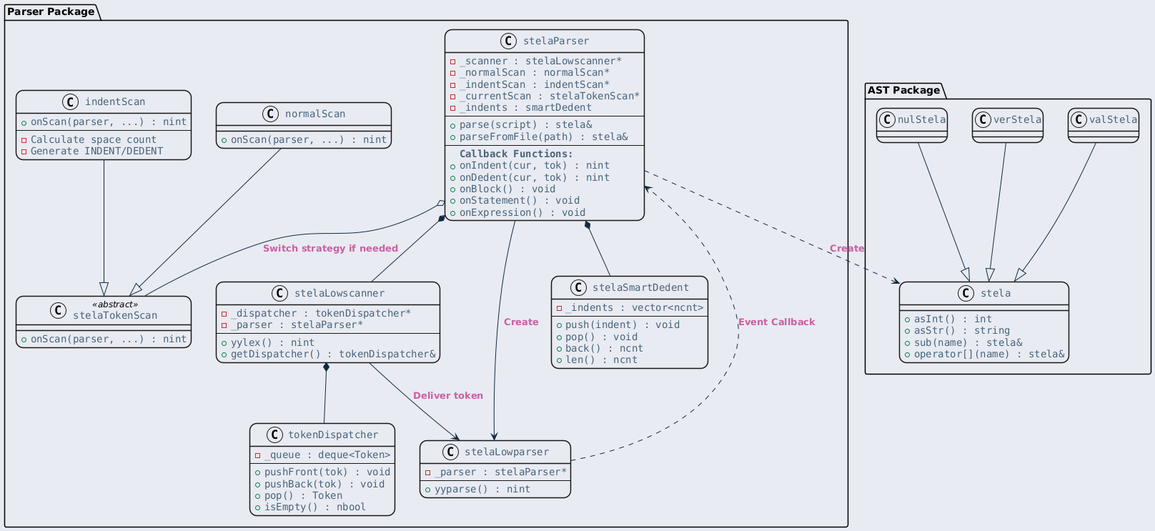
The PlantUML diagram ref/generated/ko/inline_umlgraph_15.png in byeolang/website, before a commit.
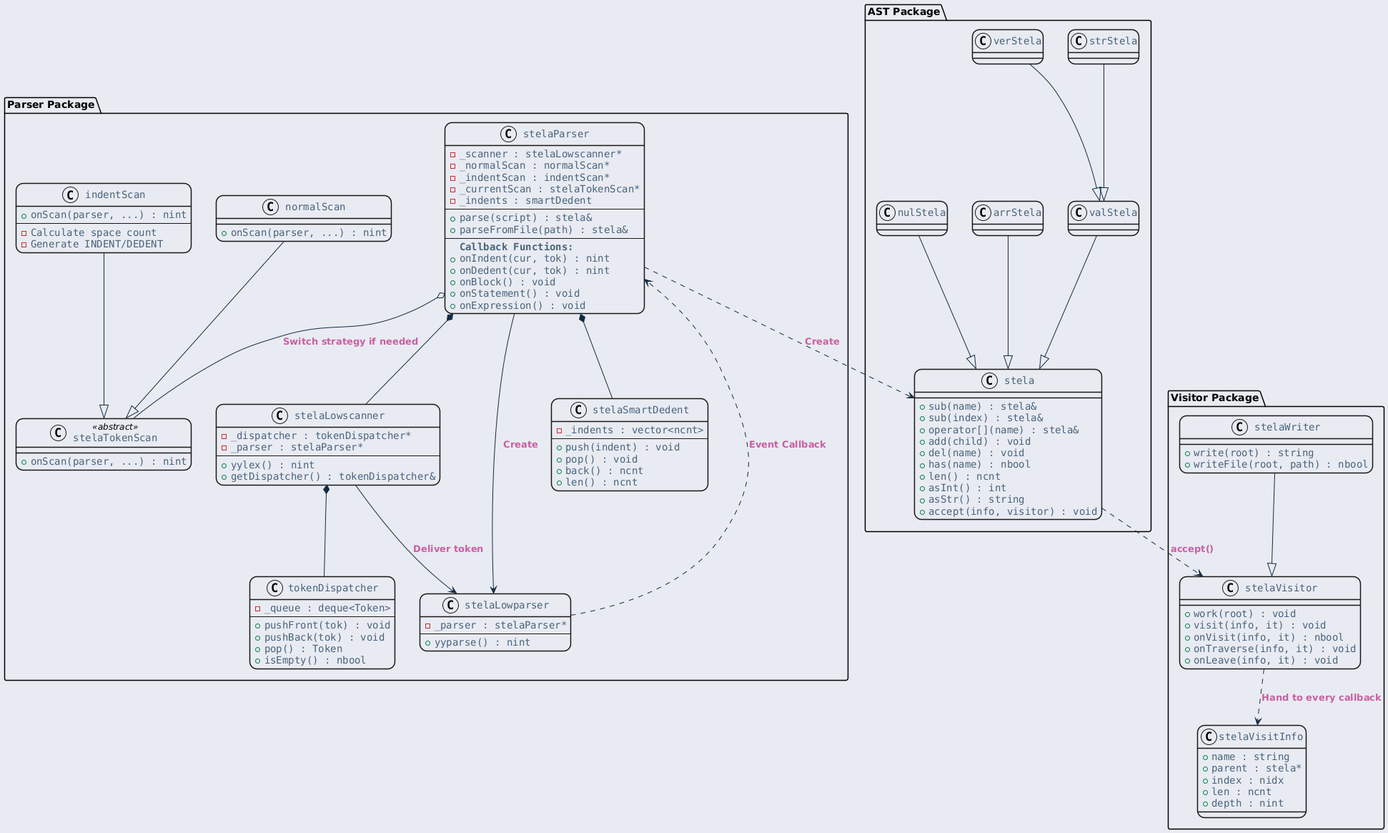
Above is the later version.

The edit, as a diff of the source:
```diff
@@ -92,16 +92,51 @@
 
 package "AST Package" {
     class "stela" as stela {
+        + sub(name) : stela&
+        + sub(index) : stela&
+        + operator[](name) : stela&
+        + add(child) : void
+        + del(name) : void
+        + has(name) : nbool
+        + len() : ncnt
         + asInt() : int
         + asStr() : string
-        + sub(name) : stela&
-        + operator[](name) : stela&
+        + accept(info, visitor) : void
     }
 
     class "valStela" as valStela
+    class "strStela" as strStela
     class "verStela" as verStela
+    class "arrStela" as arrStela
     class "nulStela" as nulStela
 }
+
+package "Visitor Package" {
+    class "stelaVisitor" as visitor {
+        + work(root) : void
+        + visit(info, it) : void
+        + onVisit(info, it) : nbool
+        + onTraverse(info, it) : void
+        + onLeave(info, it) : void
+    }
+
+    class "stelaWriter" as writer {
+        + write(root) : string
+        + writeFile(root, path) : nbool
+    }
+
+    class "stelaVisitInfo" as visitInfo {
+        + name : string
+        + parent : stela*
+        + index : nidx
+        + len : ncnt
+        + depth : nint
+    }
+}
+
+writer --|> visitor
+visitor ..> visitInfo : Hand to every callback
+stela ..> visitor : accept()
 
 stelaParser *-- scanner
 stelaParser *-- smartDedent
@@ -118,6 +153,8 @@
 stelaParser ..> stela : Create
 
 valStela --|> stela
-verStela --|> stela
+arrStela --|> stela
 nulStela --|> stela
+strStela --|> valStela
+verStela --|> valStela
 @enduml
```
